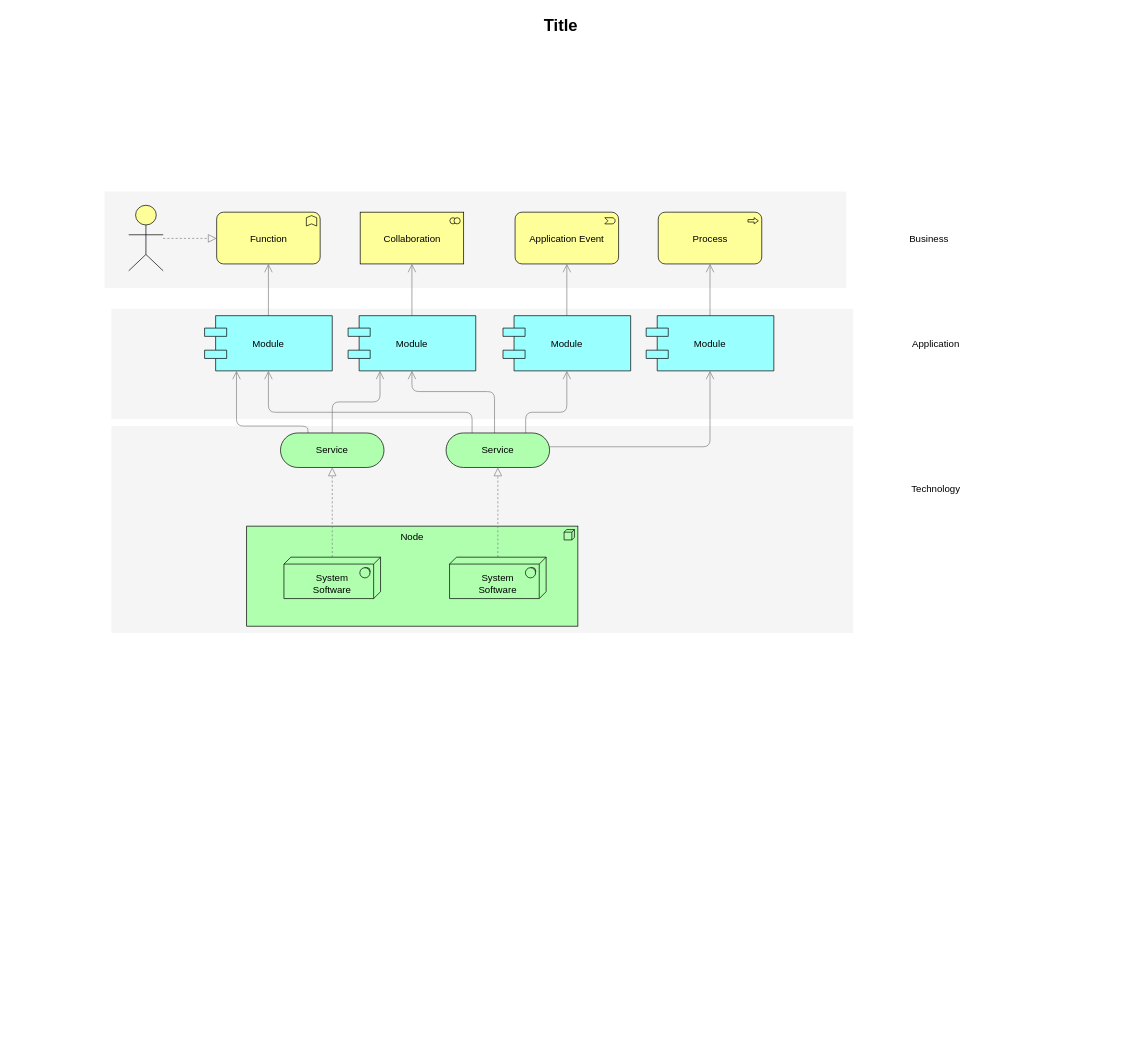
The draw.io diagram Untitled Diagram.drawio in snowolfhawk/ceph-scripts, before the edit. Source tidied: cells renumbered, new cells numbered last; positions are measured from the earlier drawing's top-left corner, leaving out a move shared by most shapes. Both pictures are drawn from the tidied source at 69%, with x=0, y=0 at pixel (12, 12).
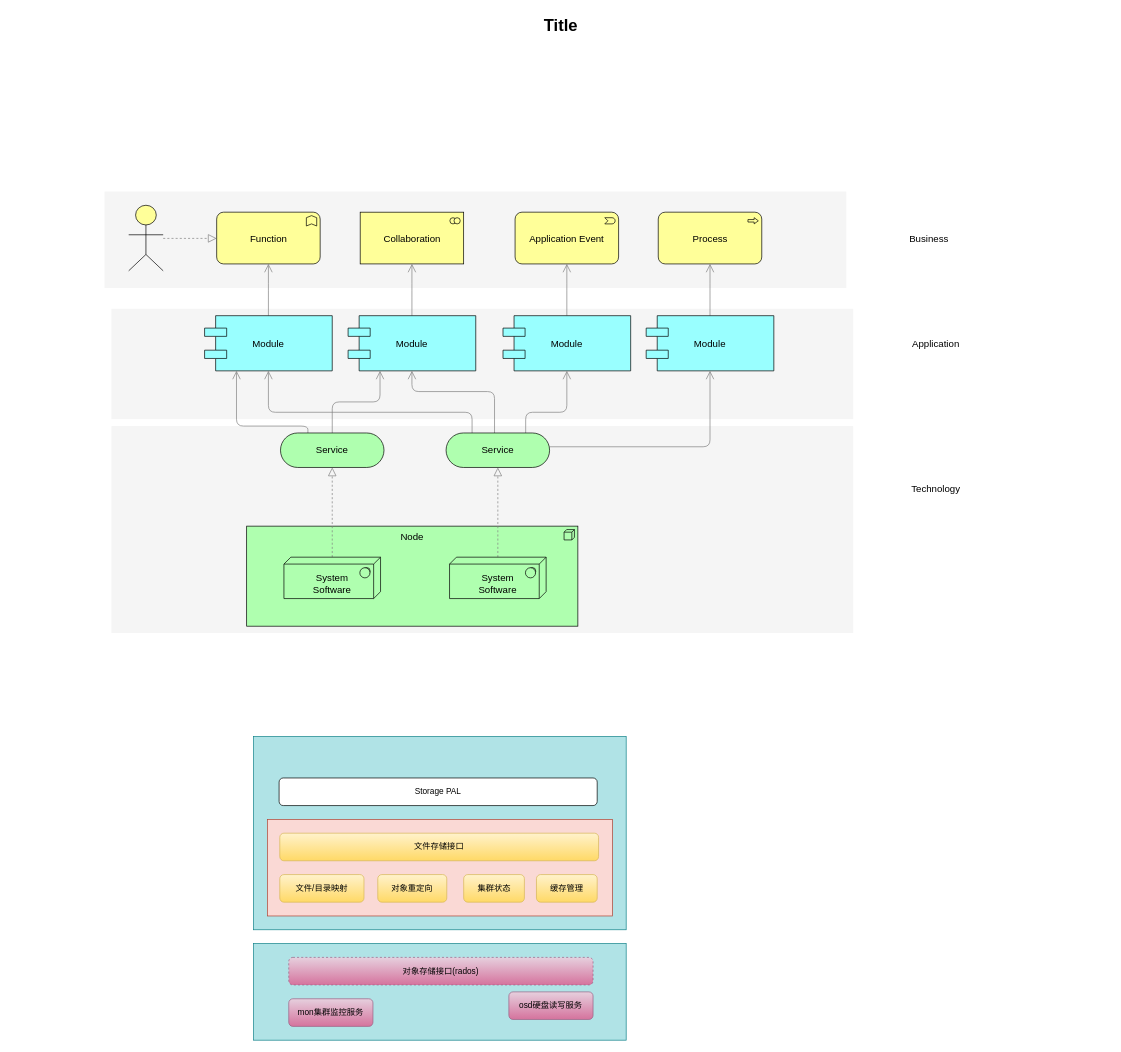
The same diagram, later.

Change to the diagram source:
```diff
@@
+    <mxCell id="36" style="rounded=0;whiteSpace=wrap;html=1;fillColor=#b0e3e6;strokeColor=#0e8088;" parent="1" vertex="1">
+      <mxGeometry x="350" y="1050" width="540" height="280" as="geometry" />
+    </mxCell>
+    <mxCell id="37" style="rounded=0;whiteSpace=wrap;html=1;fillColor=#b0e3e6;strokeColor=#0e8088;" parent="1" vertex="1">
+      <mxGeometry x="350" y="1350" width="540" height="140" as="geometry" />
+    </mxCell>
+    <mxCell id="38" style="rounded=0;whiteSpace=wrap;html=1;fillColor=#fad9d5;strokeColor=#ae4132;" parent="1" vertex="1">
+      <mxGeometry x="370" y="1170" width="500" height="140" as="geometry" />
+    </mxCell>
@@
+    <mxCell id="39" value="文件存储接口" style="rounded=1;whiteSpace=wrap;html=1;fillColor=#fff2cc;gradientColor=#ffd966;strokeColor=#d6b656;" parent="1" vertex="1">
+      <mxGeometry x="388" y="1190" width="462" height="40" as="geometry" />
+    </mxCell>
+    <mxCell id="40" value="Storage&amp;nbsp;PAL" style="rounded=1;whiteSpace=wrap;html=1;" parent="1" vertex="1">
+      <mxGeometry x="387" y="1110" width="461" height="40" as="geometry" />
+    </mxCell>
+    <mxCell id="41" value="文件/目录映射" style="rounded=1;whiteSpace=wrap;html=1;fillColor=#fff2cc;gradientColor=#ffd966;strokeColor=#d6b656;" parent="1" vertex="1">
+      <mxGeometry x="388" y="1250" width="122" height="40" as="geometry" />
+    </mxCell>
+    <mxCell id="42" value="对象重定向" style="rounded=1;whiteSpace=wrap;html=1;fillColor=#fff2cc;gradientColor=#ffd966;strokeColor=#d6b656;" parent="1" vertex="1">
+      <mxGeometry x="530" y="1250" width="100" height="40" as="geometry" />
+    </mxCell>
+    <mxCell id="43" value="集群状态" style="rounded=1;whiteSpace=wrap;html=1;fillColor=#fff2cc;gradientColor=#ffd966;strokeColor=#d6b656;" parent="1" vertex="1">
+      <mxGeometry x="654.5" y="1250" width="88" height="40" as="geometry" />
+    </mxCell>
+    <mxCell id="44" value="对象存储接口(rados)" style="rounded=1;whiteSpace=wrap;html=1;fillColor=#e6d0de;strokeColor=#996185;gradientColor=#d5739d;dashed=1;" parent="1" vertex="1">
+      <mxGeometry x="401" y="1370" width="441" height="40" as="geometry" />
+    </mxCell>
+    <mxCell id="45" value="mon集群监控服务" style="rounded=1;whiteSpace=wrap;html=1;fillColor=#e6d0de;strokeColor=#996185;gradientColor=#d5739d;" parent="1" vertex="1">
+      <mxGeometry x="401" y="1430" width="122" height="40" as="geometry" />
+    </mxCell>
+    <mxCell id="46" value="osd硬盘读写服务" style="rounded=1;whiteSpace=wrap;html=1;fillColor=#e6d0de;strokeColor=#996185;gradientColor=#d5739d;" parent="1" vertex="1">
+      <mxGeometry x="720" y="1420" width="122" height="40" as="geometry" />
+    </mxCell>
+    <mxCell id="47" value="缓存管理" style="rounded=1;whiteSpace=wrap;html=1;fillColor=#fff2cc;gradientColor=#ffd966;strokeColor=#d6b656;" parent="1" vertex="1">
+      <mxGeometry x="760" y="1250" width="88" height="40" as="geometry" />
+    </mxCell>
```
